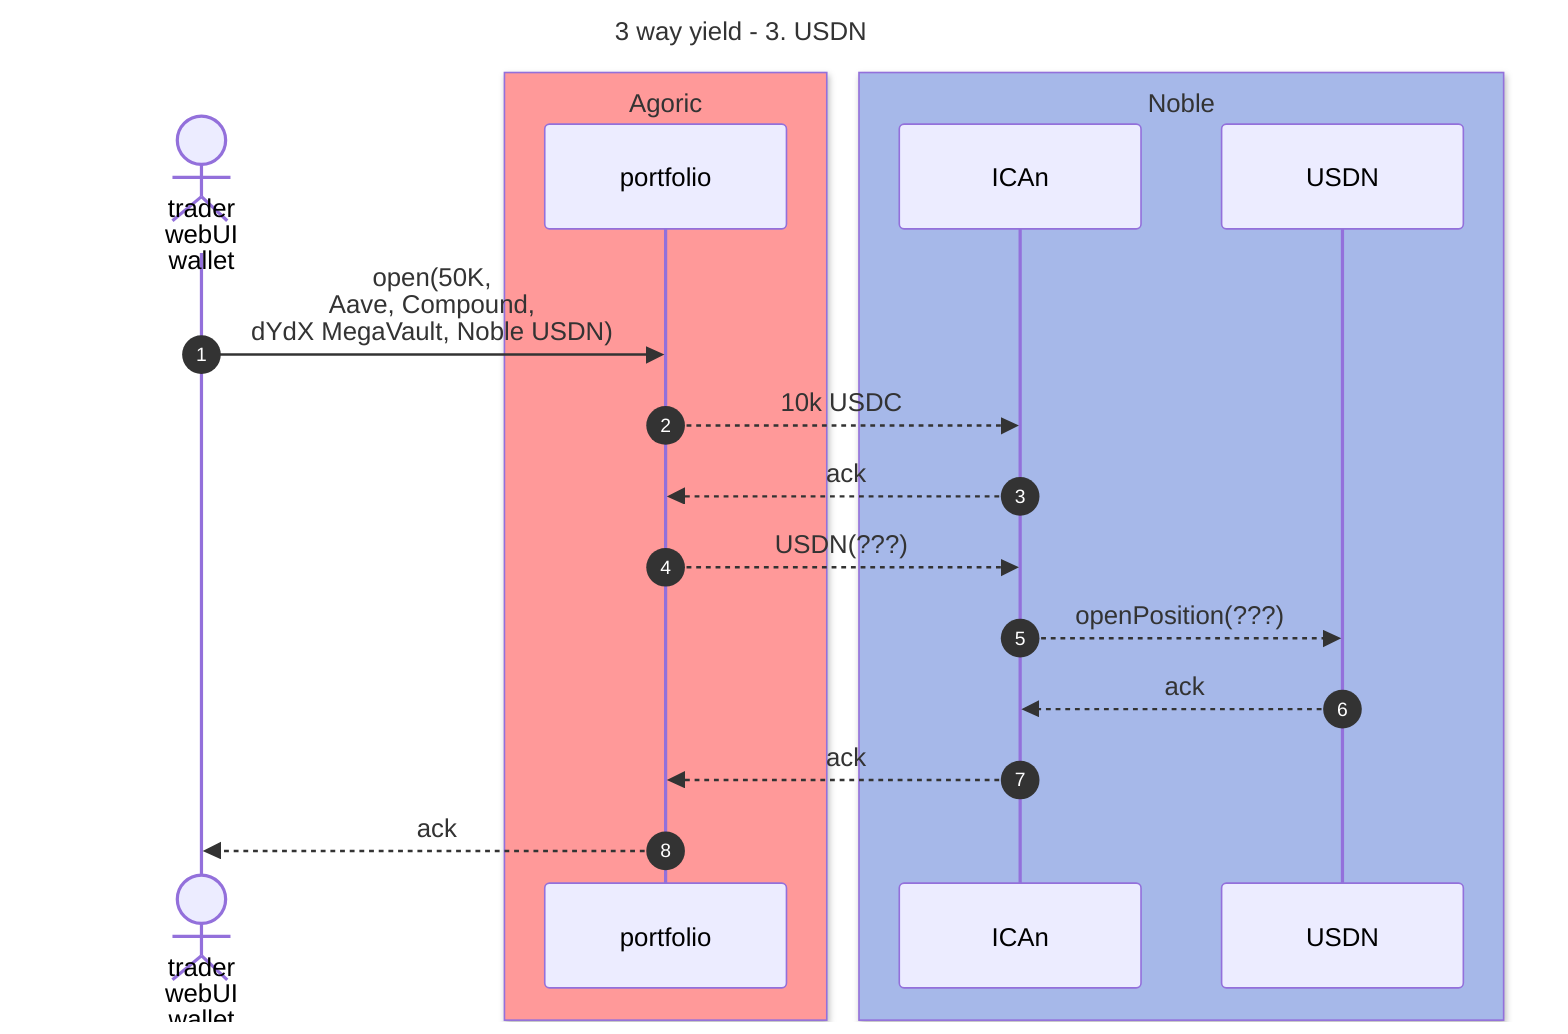
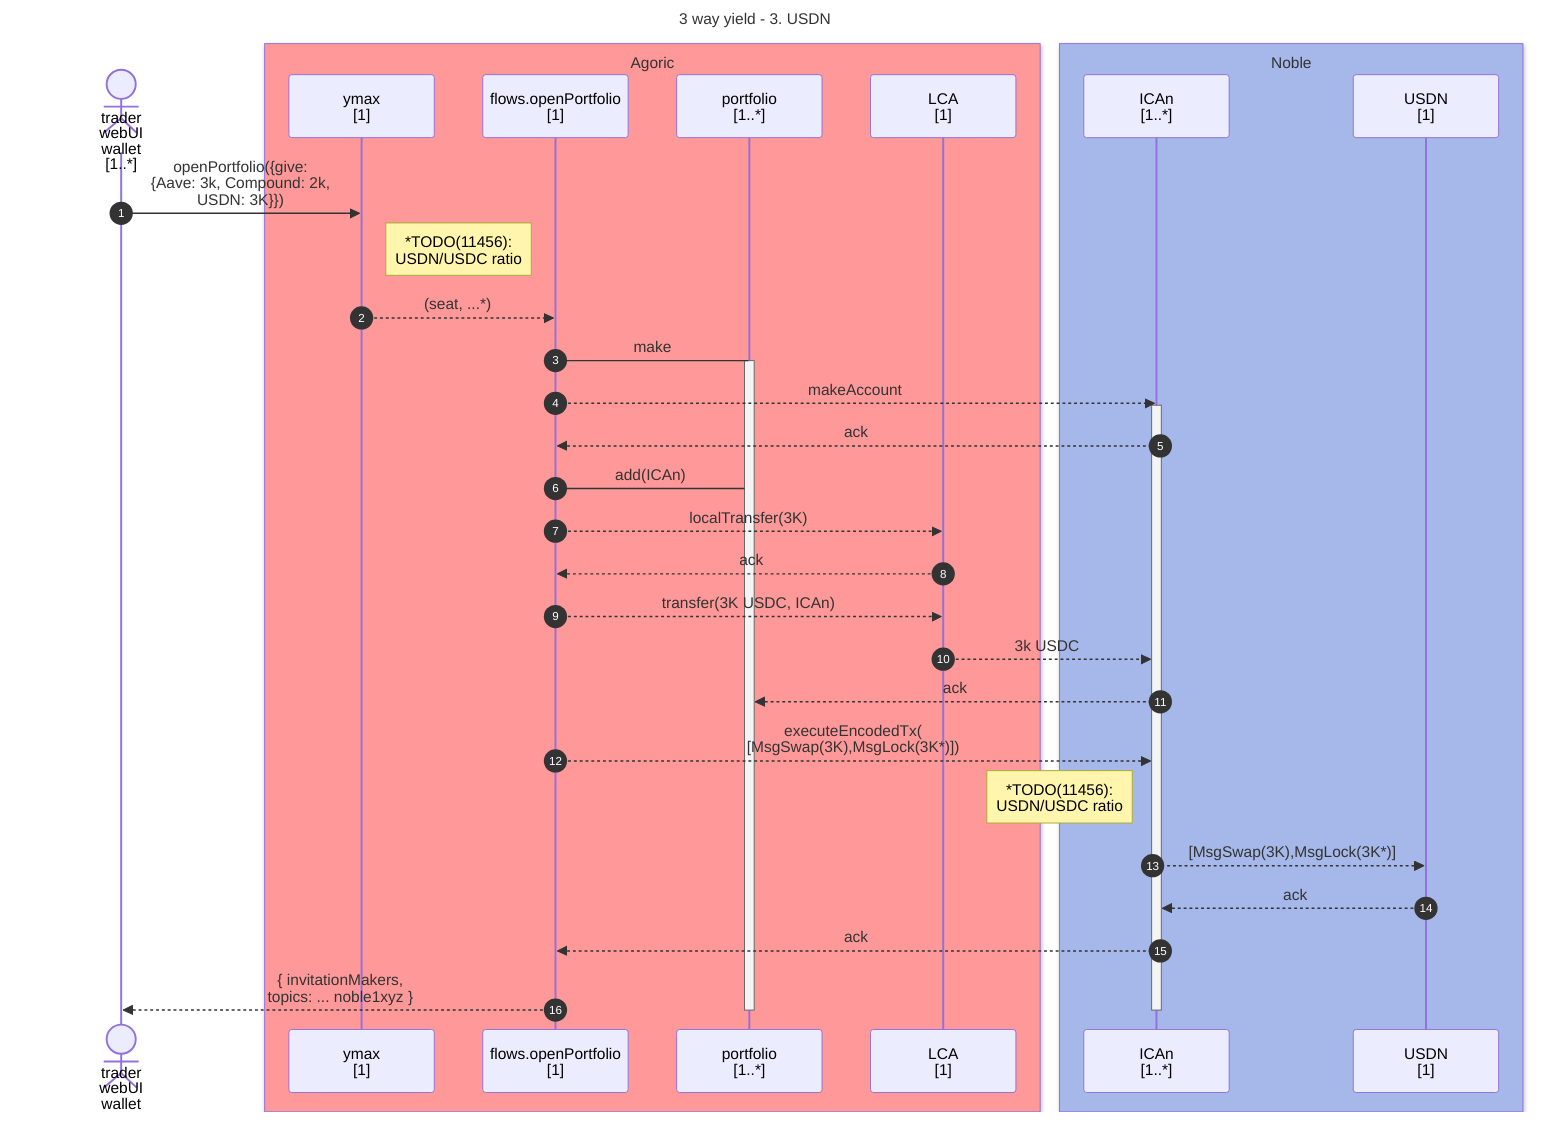
sequenceDiagram
    title 3 way yield - 3. USDN
    autonumber

-     actor trader as trader<br >webUI<br >wallet
+     actor trader as trader<br >webUI<br >wallet<br/>[1..*]

    box rgb(255,153,153) Agoric
-     participant portfolio
+     participant ymax as ymax<br/>[1]
+     participant flow as flows.openPortfolio<br/>[1]
+     participant portfolio as portfolio<br/>[1..*]
+     participant LCA as LCA<br/>[1]
    end

    box rgb(166,184,233) Noble
-     participant ICAn
-     participant USDN
+     participant ICAn as ICAn<br/>[1..*]
+     participant USDN as USDN<br/>[1]
    end

    %% Notation: ->> for initial message, -->> for consequences

-     trader ->> portfolio: open(50K,<br/>Aave, Compound,<br/>dYdX MegaVault, Noble USDN)
-     portfolio -->> ICAn: 10k USDC
+     trader ->> ymax: openPortfolio({give:<br/>{Aave: 3k, Compound: 2k,<br/>USDN: 3K}})
+     note left of flow: *TODO(11456):<br/>USDN/USDC ratio
+ 
+     ymax -->> flow: (seat, ...*)
+ 
+     flow -> portfolio: make
+     activate portfolio
+ 
+     flow -->> ICAn: makeAccount
+     activate ICAn
+     ICAn -->> flow: ack
+ 
+     flow -> portfolio: add(ICAn)
+ 
+     flow -->> LCA: localTransfer(3K)
+     LCA -->> flow: ack
+     flow -->> LCA: transfer(3K USDC, ICAn)
+     LCA -->> ICAn: 3k USDC
    ICAn -->> portfolio: ack

-     portfolio -->> ICAn: USDN(???)
-     ICAn -->> USDN: openPosition(???)
+     flow -->> ICAn: executeEncodedTx(<br/>[MsgSwap(3K),MsgLock(3K*)])
+     note left of ICAn: *TODO(11456):<br/>USDN/USDC ratio
+     ICAn -->> USDN: [MsgSwap(3K),MsgLock(3K*)]
    USDN -->> ICAn: ack
-     ICAn -->> portfolio: ack
-     portfolio -->> trader: ack
+     ICAn -->> flow: ack
+     flow -->> trader: { invitationMakers,<br/>topics: ... noble1xyz }
+ 
+     deactivate ICAn
+     deactivate portfolio
